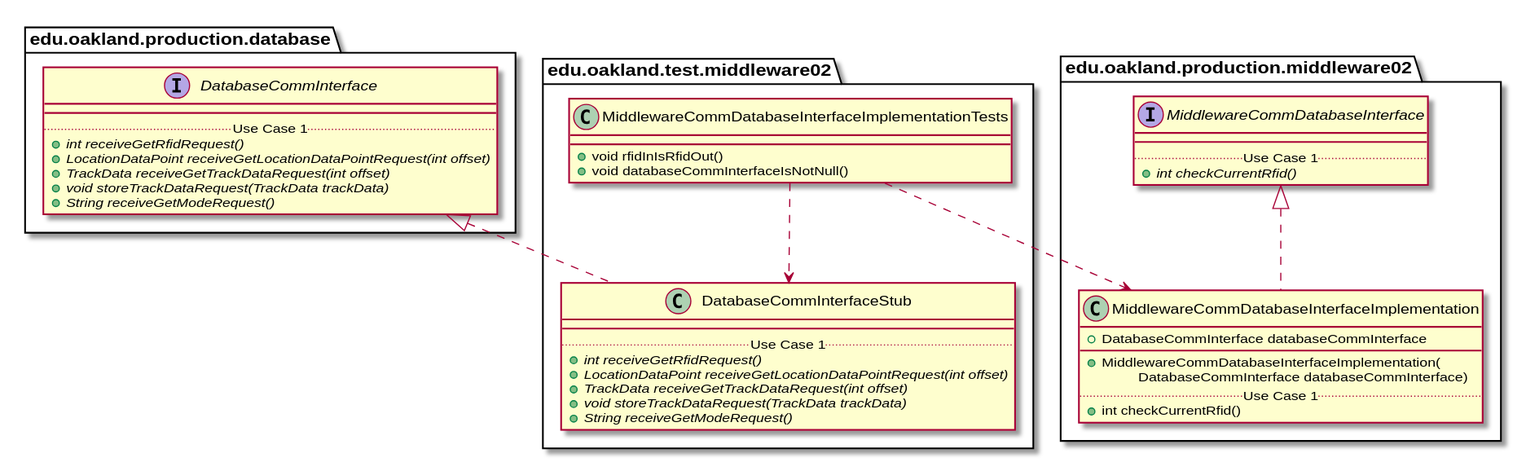
Above: docs/uml-class-diagrams/middleware02/test/MiddlewareCommDatabaseInterfaceImplementationTests/MiddlewareCommDatabaseInterfaceImplementationTests_Closure.svg in andrewdimmer/csi-3370-software-project (PlantUML), before the change.
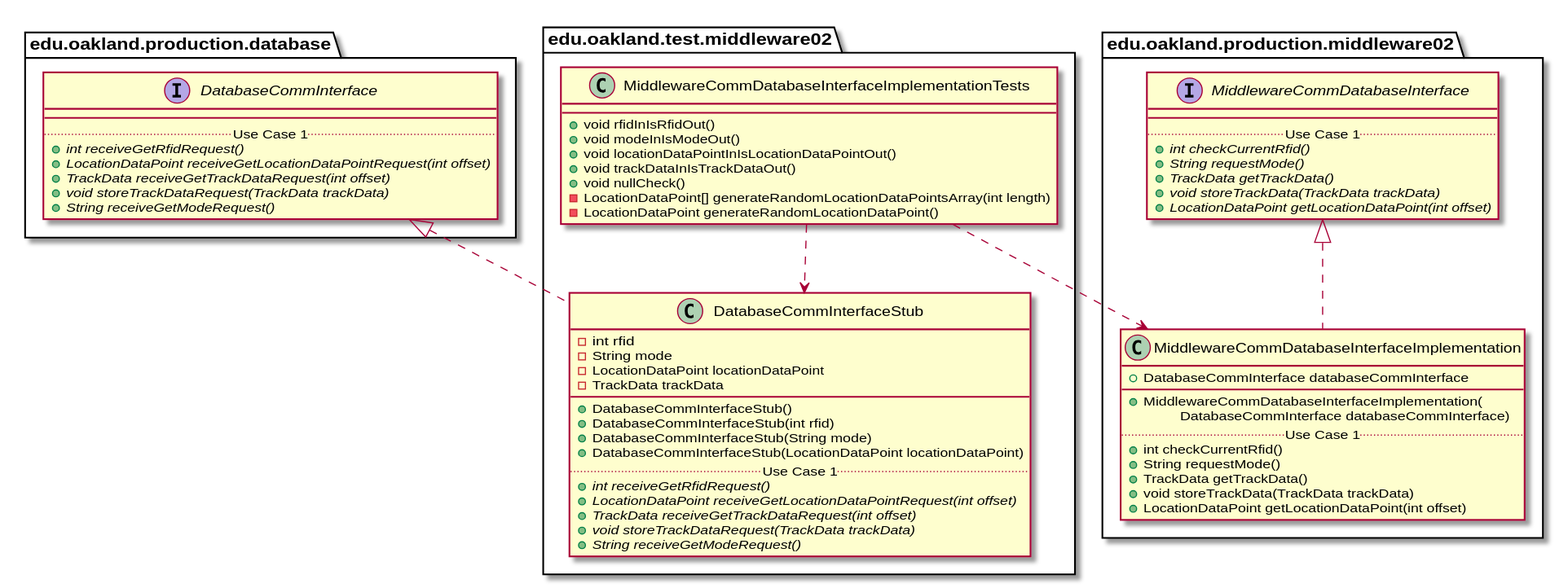
The same file after the commit.

What changed in the source:
```diff
@@ -4,7 +4,12 @@
 package edu.oakland.test.middleware02 {
     class MiddlewareCommDatabaseInterfaceImplementationTests {
         + void rfidInIsRfidOut()
-        + void databaseCommInterfaceIsNotNull()
+        + void modeInIsModeOut()
+        + void locationDataPointInIsLocationDataPointOut()
+        + void trackDataInIsTrackDataOut()
+        + void nullCheck()
+        - LocationDataPoint[] generateRandomLocationDataPointsArray(int length)
+        - LocationDataPoint generateRandomLocationDataPoint()
     }
 }
 
@@ -13,7 +18,15 @@
 
 package edu.oakland.test.middleware02 {
     class DatabaseCommInterfaceStub {
+        - int rfid
+        - String mode
+        - LocationDataPoint locationDataPoint
+        - TrackData trackData
         __
+        + DatabaseCommInterfaceStub()
+        + DatabaseCommInterfaceStub(int rfid)
+        + DatabaseCommInterfaceStub(String mode)
+        + DatabaseCommInterfaceStub(LocationDataPoint locationDataPoint)
         .. Use Case 1 ..
         {abstract} + int receiveGetRfidRequest()
         {abstract} + LocationDataPoint receiveGetLocationDataPointRequest(int offset)
@@ -59,6 +72,10 @@
         \tDatabaseCommInterface databaseCommInterface)
         .. Use Case 1 ..
         + int checkCurrentRfid()
+        + String requestMode()
+        + TrackData getTrackData()
+        + void storeTrackData(TrackData trackData)
+        + LocationDataPoint getLocationDataPoint(int offset)
     }
 }
 
@@ -70,6 +87,10 @@
         __
         .. Use Case 1 ..
         {abstract} + int checkCurrentRfid()
+        {abstract} + String requestMode()
+        {abstract} + TrackData getTrackData()
+        {abstract} + void storeTrackData(TrackData trackData)
+        {abstract} + LocationDataPoint getLocationDataPoint(int offset)
     }
 }
 
```
